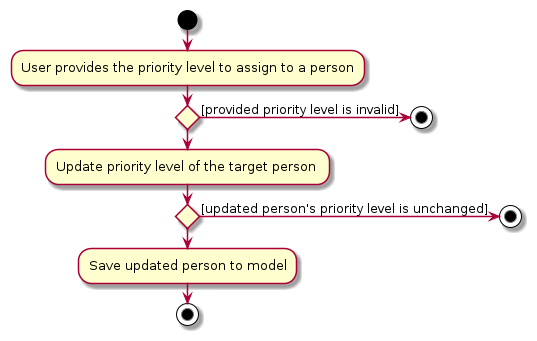
yucongkoo/tp keeps this PlantUML diagram as diagrams/priority-feature/UpdatePriorityActivityDiagram.png. Above is the earlier version. Its source is kept beside it as diagrams/priority-feature/UpdatePriorityActivityDiagram.puml.
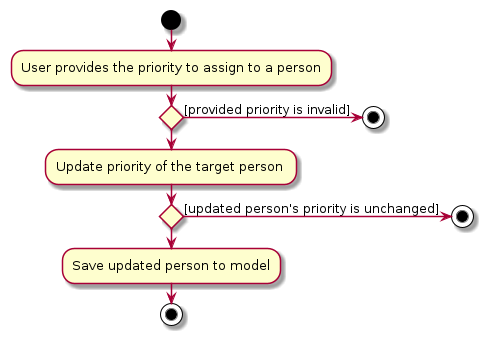
After the change.

What changed in the source:
```diff
@@ -4,17 +4,17 @@
 skinparam ArrowFontSize 12
 
 start
-:User provides the priority level to assign to a person;
+:User provides the priority to assign to a person;
 
 if () then
-    :Update priority level of the target person ;
+    :Update priority of the target person ;
     if () then
     :Save updated person to model;
-    else ([updated person's priority level is unchanged])
+    else ([updated person's priority is unchanged])
         stop
     endif
     stop
-else ([provided priority level is invalid])
+else ([provided priority is invalid])
     stop
 endif
 @enduml
```
